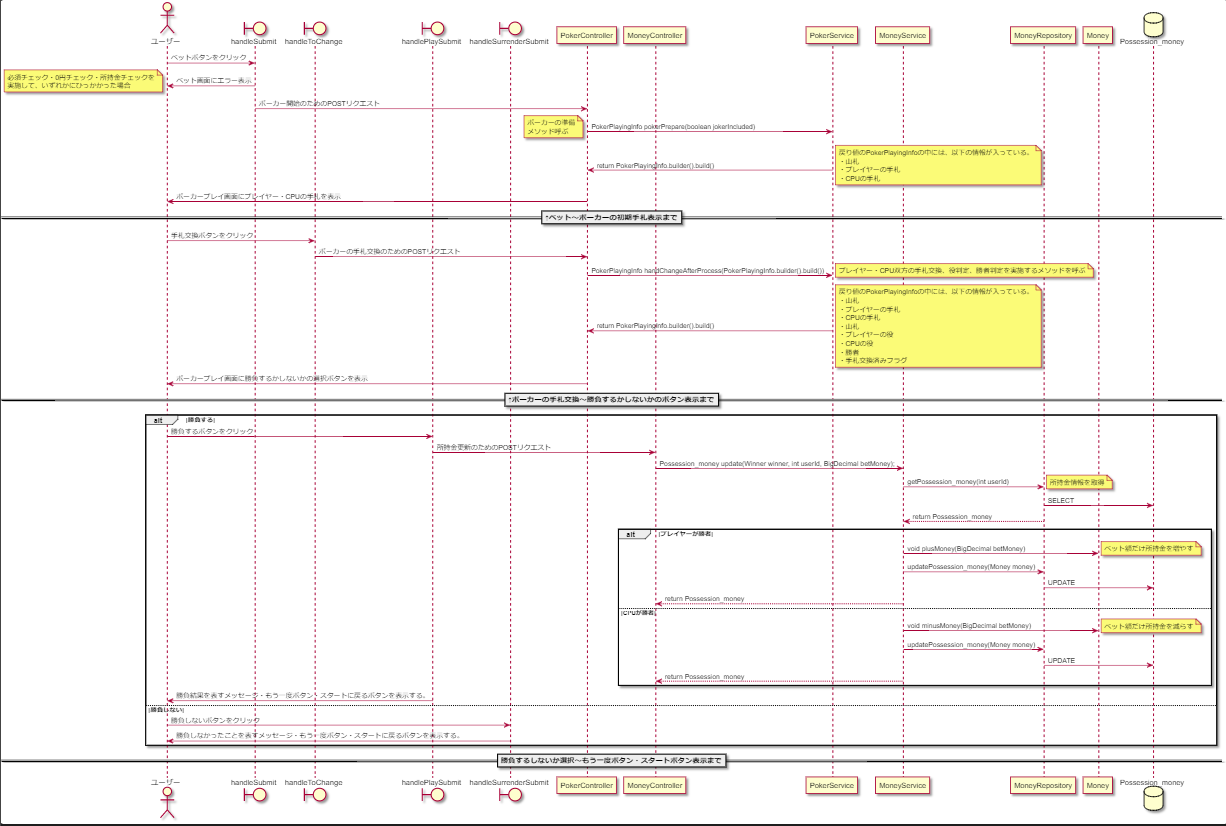
Before: docs/詳細設計/シーケンス図/ベット/ベットする(シーケンス図).png, a diagram exported from PlantUML (CSTSCSTS/UserAp). Its source is kept beside it as docs/詳細設計/シーケンス図/ベット/ベットする(シーケンス図).puml.
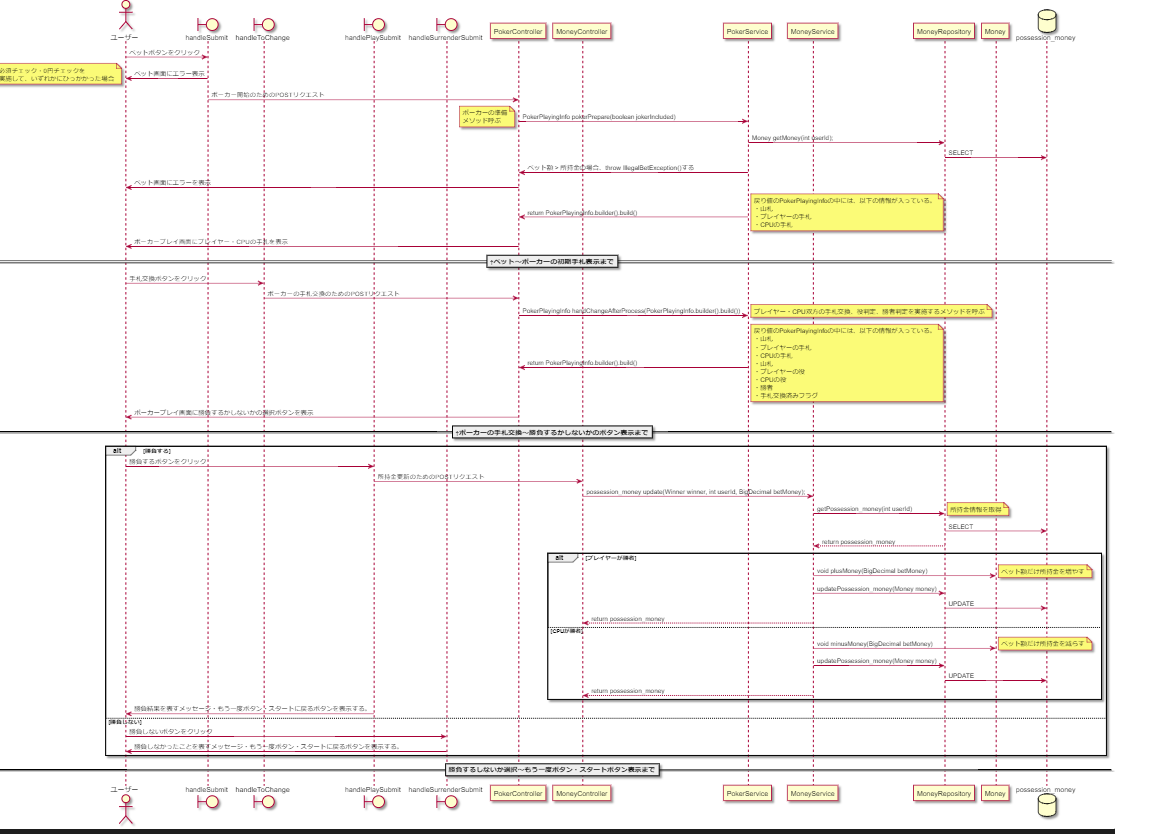
Later version of the same file.

The edit, as a diff of the source:
```diff
@@ -12,14 +12,18 @@
 participant MoneyService
 participant MoneyRepository
 participant Money
-database Possession_money
+database possession_money
 
 ユーザー -> handleSubmit : ベットボタンをクリック
 handleSubmit -> ユーザー : ベット画面にエラー表示
-note left : 必須チェック・0円チェック・所持金チェックを\n実施して、いずれかにひっかかった場合
+note left : 必須チェック・0円チェックを\n実施して、いずれかにひっかかった場合
 handleSubmit -> PokerController : ポーカー開始のためのPOSTリクエスト
 PokerController -> PokerService : PokerPlayingInfo pokerPrepare(boolean jokerIncluded)
 note left: ポーカーの準備\nメソッド呼ぶ
+PokerService -> MoneyRepository : Money getMoney(int userId);
+MoneyRepository -> possession_money : SELECT
+PokerService -> PokerController : ベット額 > 所持金の場合、throw IllegalBetException()する
+PokerController -> ユーザー : ベット画面にエラーを表示
 PokerService -> PokerController : return PokerPlayingInfo.builder().build()
 note right: 戻り値のPokerPlayingInfoの中には、以下の情報が入っている。\n・山札\n・プレイヤーの手札\n・CPUの手札
 PokerController -> ユーザー : ポーカープレイ画面にプレイヤー・CPUの手札を表示
@@ -39,23 +43,23 @@
 alt 勝負する
   ユーザー -> handlePlaySubmit : 勝負するボタンをクリック
   handlePlaySubmit -> MoneyController : 所持金更新のためのPOSTリクエスト
-  MoneyController -> MoneyService : Possession_money update(Winner winner, int userId, BigDecimal betMoney);
+  MoneyController -> MoneyService : possession_money update(Winner winner, int userId, BigDecimal betMoney);
   MoneyService -> MoneyRepository : getPossession_money(int userId)
   note right : 所持金情報を取得
-  MoneyRepository -> Possession_money : SELECT
-  MoneyRepository --> MoneyService : return Possession_money
+  MoneyRepository -> possession_money : SELECT
+  MoneyRepository --> MoneyService : return possession_money
   alt プレイヤーが勝者
     MoneyService -> Money : void plusMoney(BigDecimal betMoney)
     note right : ベット額だけ所持金を増やす
     MoneyService -> MoneyRepository : updatePossession_money(Money money)
-    MoneyRepository -> Possession_money : UPDATE
-    MoneyService --> MoneyController : return Possession_money
+    MoneyRepository -> possession_money : UPDATE
+    MoneyService --> MoneyController : return possession_money
   else CPUが勝者
     MoneyService -> Money : void minusMoney(BigDecimal betMoney)
     note right : ベット額だけ所持金を減らす
     MoneyService -> MoneyRepository : updatePossession_money(Money money)
-    MoneyRepository -> Possession_money : UPDATE
-    MoneyService --> MoneyController : return Possession_money
+    MoneyRepository -> possession_money : UPDATE
+    MoneyService --> MoneyController : return possession_money
   end
   handlePlaySubmit -> ユーザー : 勝負結果を表すメッセージ・もう一度ボタン・スタートに戻るボタンを表示する。
 else 勝負しない
```
